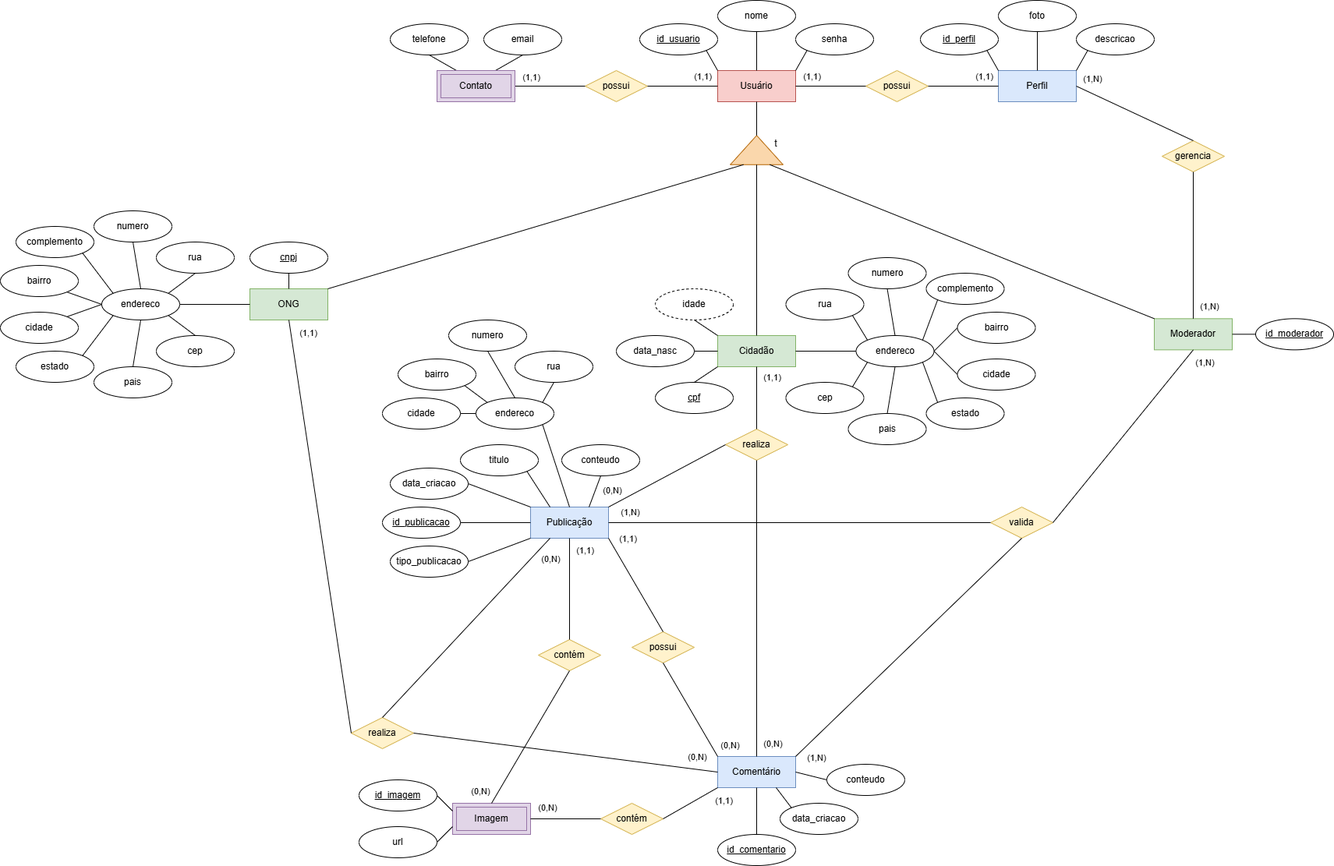
arthurpansera/PetMap keeps this draw.io diagram as DOCUMENTACAO/PetMap - Modelo Conceitual.drawio.png. Above is the earlier version. Source tidied: cells renumbered, new cells last; positions are measured from the earlier drawing's top-left corner, leaving out a move shared by most shapes.
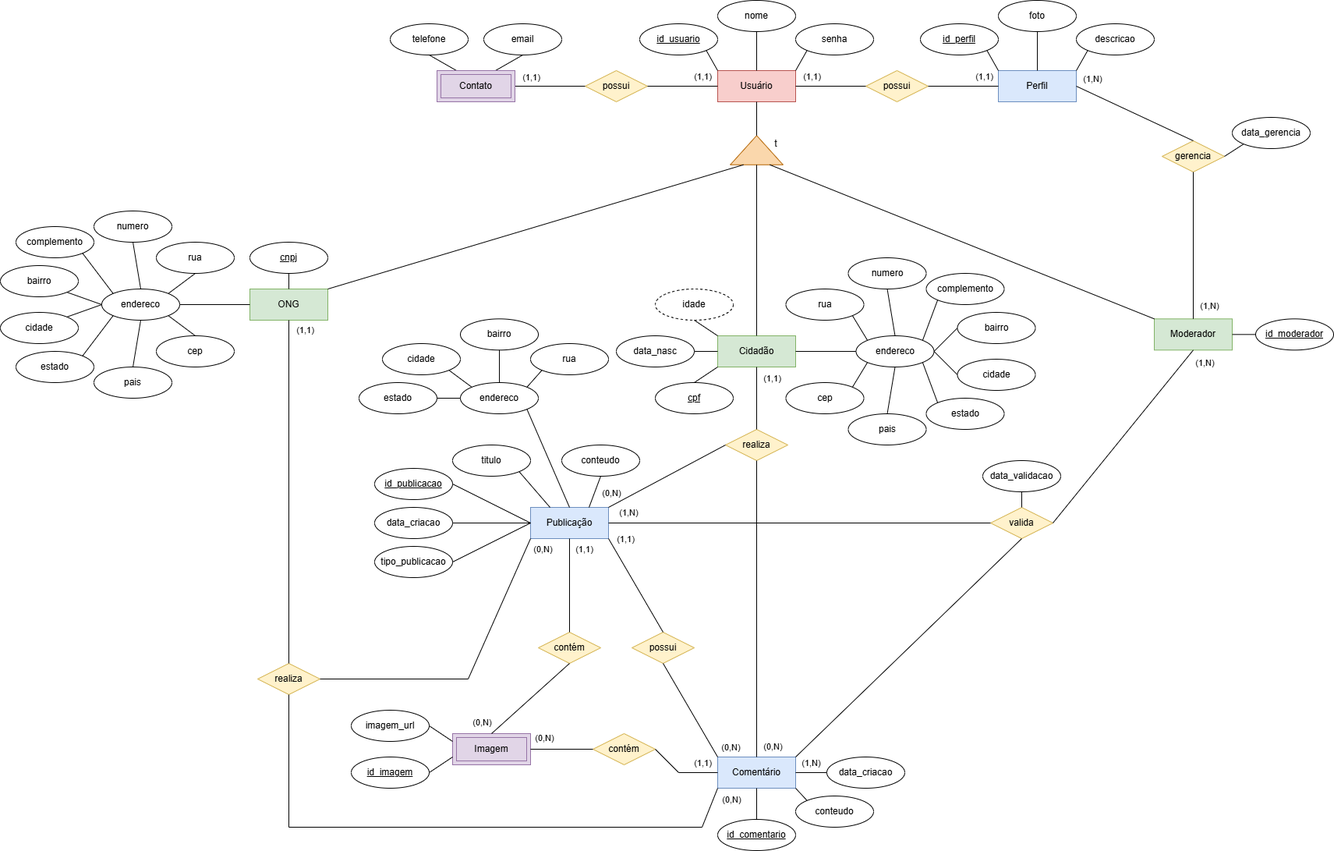
Later version of the same file.

What changed in the source:
```diff
@@ -203,3 +203,3 @@
       <mxGeometry x="-0.44" y="1" relative="1" as="geometry">
-        <mxPoint x="21" y="38" as="offset" />
+        <mxPoint x="21" y="37" as="offset" />
       </mxGeometry>
@@ -224,9 +224,9 @@
     <mxCell id="71" value="realiza" style="shape=rhombus;perimeter=rhombusPerimeter;whiteSpace=wrap;html=1;align=center;fillColor=#fff2cc;strokeColor=#d6b656;" parent="1" vertex="1">
-      <mxGeometry x="450" y="920" width="80" height="40" as="geometry" />
+      <mxGeometry x="330" y="850" width="80" height="40" as="geometry" />
     </mxCell>
     <mxCell id="72" value="id_publicacao" style="ellipse;whiteSpace=wrap;html=1;align=center;fontStyle=4;" parent="1" vertex="1">
-      <mxGeometry x="490" y="650" width="100" height="40" as="geometry" />
+      <mxGeometry x="480" y="600" width="100" height="40" as="geometry" />
     </mxCell>
     <mxCell id="73" value="titulo" style="ellipse;whiteSpace=wrap;html=1;align=center;" parent="1" vertex="1">
-      <mxGeometry x="590" y="570" width="100" height="40" as="geometry" />
+      <mxGeometry x="580" y="570" width="100" height="40" as="geometry" />
     </mxCell>
@@ -236,6 +236,6 @@
     <mxCell id="75" value="data_criacao" style="ellipse;whiteSpace=wrap;html=1;align=center;" parent="1" vertex="1">
-      <mxGeometry x="500" y="600" width="100" height="40" as="geometry" />
+      <mxGeometry x="480" y="650" width="100" height="40" as="geometry" />
     </mxCell>
     <mxCell id="76" value="tipo_publicacao" style="ellipse;whiteSpace=wrap;html=1;align=center;" parent="1" vertex="1">
-      <mxGeometry x="500" y="700" width="100" height="40" as="geometry" />
+      <mxGeometry x="480" y="700" width="100" height="40" as="geometry" />
     </mxCell>
@@ -305,23 +305,17 @@
     <mxCell id="98" value="Imagem" style="shape=ext;margin=3;double=1;whiteSpace=wrap;html=1;align=center;fillColor=#e1d5e7;strokeColor=#9673a6;" parent="1" vertex="1">
-      <mxGeometry x="580" y="1030" width="100" height="40" as="geometry" />
+      <mxGeometry x="580" y="940" width="100" height="40" as="geometry" />
     </mxCell>
     <mxCell id="99" value="conteudo" style="ellipse;whiteSpace=wrap;html=1;align=center;" parent="1" vertex="1">
-      <mxGeometry x="1060" y="980" width="100" height="40" as="geometry" />
+      <mxGeometry x="1020" y="1020" width="100" height="40" as="geometry" />
     </mxCell>
     <mxCell id="100" value="id_comentario" style="ellipse;whiteSpace=wrap;html=1;align=center;fontStyle=4;" parent="1" vertex="1">
-      <mxGeometry x="920" y="1070" width="100" height="40" as="geometry" />
+      <mxGeometry x="920" y="1050" width="100" height="40" as="geometry" />
     </mxCell>
-    <mxCell id="101" value="data_criacao" style="ellipse;whiteSpace=wrap;html=1;align=center;" parent="1" vertex="1">
-      <mxGeometry x="1000" y="1030" width="100" height="40" as="geometry" />
-    </mxCell>
     <mxCell id="102" value="id_imagem" style="ellipse;whiteSpace=wrap;html=1;align=center;fontStyle=4;" parent="1" vertex="1">
-      <mxGeometry x="460" y="1000" width="100" height="40" as="geometry" />
+      <mxGeometry x="450" y="970" width="100" height="40" as="geometry" />
     </mxCell>
-    <mxCell id="103" value="url" style="ellipse;whiteSpace=wrap;html=1;align=center;" parent="1" vertex="1">
-      <mxGeometry x="460" y="1060" width="100" height="40" as="geometry" />
+    <mxCell id="103" value="imagem_url" style="ellipse;whiteSpace=wrap;html=1;align=center;" parent="1" vertex="1">
+      <mxGeometry x="450" y="910" width="100" height="40" as="geometry" />
     </mxCell>
-    <mxCell id="104" style="endArrow=none;html=1;rounded=0;exitX=0;exitY=0;exitDx=0;exitDy=0;entryX=0.75;entryY=1;entryDx=0;entryDy=0;" parent="1" edge="1" source="101" target="97">
-      <mxGeometry relative="1" as="geometry" />
-    </mxCell>
-    <mxCell id="105" style="endArrow=none;html=1;rounded=0;exitX=0;exitY=0.5;exitDx=0;exitDy=0;entryX=0.5;entryY=1;entryDx=0;entryDy=0;" parent="1" edge="1" source="71" target="12">
+    <mxCell id="105" style="endArrow=none;html=1;rounded=0;exitX=0.5;exitY=0;exitDx=0;exitDy=0;entryX=0.5;entryY=1;entryDx=0;entryDy=0;" parent="1" edge="1" source="71" target="12">
       <mxGeometry relative="1" as="geometry" />
@@ -330,3 +324,3 @@
       <mxGeometry x="0.9" y="-2" relative="1" as="geometry">
-        <mxPoint x="18" y="-9" as="offset" />
+        <mxPoint x="18" y="-10" as="offset" />
       </mxGeometry>
@@ -338,3 +332,3 @@
       <mxGeometry x="0.72" y="1" relative="1" as="geometry">
-        <mxPoint x="20" y="1" as="offset" />
+        <mxPoint x="20" y="2" as="offset" />
       </mxGeometry>
@@ -346,3 +340,3 @@
       <mxGeometry x="-0.65" relative="1" as="geometry">
-        <mxPoint x="-22" y="-8" as="offset" />
+        <mxPoint x="-23" y="-5" as="offset" />
       </mxGeometry>
@@ -354,3 +348,3 @@
       <mxGeometry x="-0.93" y="-1" relative="1" as="geometry">
-        <mxPoint x="11" y="-15" as="offset" />
+        <mxPoint x="9" y="-15" as="offset" />
       </mxGeometry>
@@ -379,3 +373,3 @@
       <mxGeometry x="-0.95" y="2" relative="1" as="geometry">
-        <mxPoint x="20" y="9" as="offset" />
+        <mxPoint x="13" y="15" as="offset" />
       </mxGeometry>
@@ -393,3 +387,3 @@
       <mxGeometry x="0.74" y="2" relative="1" as="geometry">
-        <mxPoint x="16" y="-17" as="offset" />
+        <mxPoint x="13" y="-17" as="offset" />
       </mxGeometry>
@@ -401,7 +395,12 @@
       <mxGeometry x="-0.82" y="-2" relative="1" as="geometry">
-        <mxPoint x="19" y="-4" as="offset" />
+        <mxPoint x="20" y="-2" as="offset" />
       </mxGeometry>
     </mxCell>
-    <mxCell id="126" style="endArrow=none;html=1;rounded=0;entryX=1;entryY=0.5;entryDx=0;entryDy=0;exitX=0;exitY=0.5;exitDx=0;exitDy=0;" parent="1" edge="1" source="97" target="71">
-      <mxGeometry relative="1" as="geometry" />
+    <mxCell id="126" style="endArrow=none;html=1;rounded=0;entryX=0.5;entryY=1;entryDx=0;entryDy=0;exitX=0;exitY=1;exitDx=0;exitDy=0;" parent="1" edge="1" source="97" target="71">
+      <mxGeometry relative="1" as="geometry">
+        <Array as="points">
+          <mxPoint x="900" y="1060" />
+          <mxPoint x="370" y="1060" />
+        </Array>
+      </mxGeometry>
     </mxCell>
@@ -409,3 +408,3 @@
       <mxGeometry x="-0.85" y="1" relative="1" as="geometry">
-        <mxPoint x="1" y="-17" as="offset" />
+        <mxPoint x="37" y="-37" as="offset" />
       </mxGeometry>
@@ -417,7 +416,11 @@
       <mxGeometry x="-0.93" y="-1" relative="1" as="geometry">
-        <mxPoint x="19" y="-3" as="offset" />
+        <mxPoint x="19" as="offset" />
       </mxGeometry>
     </mxCell>
-    <mxCell id="130" style="endArrow=none;html=1;rounded=0;exitX=0.5;exitY=0;exitDx=0;exitDy=0;entryX=0.25;entryY=1;entryDx=0;entryDy=0;" parent="1" edge="1" source="71" target="69">
-      <mxGeometry relative="1" as="geometry" />
+    <mxCell id="130" style="endArrow=none;html=1;rounded=0;exitX=1;exitY=0.5;exitDx=0;exitDy=0;entryX=0;entryY=1;entryDx=0;entryDy=0;" parent="1" edge="1" source="71" target="69">
+      <mxGeometry relative="1" as="geometry">
+        <Array as="points">
+          <mxPoint x="600" y="870" />
+        </Array>
+      </mxGeometry>
     </mxCell>
@@ -425,3 +428,3 @@
       <mxGeometry x="0.73" y="3" relative="1" as="geometry">
-        <mxPoint x="31" y="-3" as="offset" />
+        <mxPoint x="39" y="-34" as="offset" />
       </mxGeometry>
@@ -437,30 +440,21 @@
     </mxCell>
-    <mxCell id="135" style="endArrow=none;html=1;rounded=0;entryX=1;entryY=0.5;entryDx=0;entryDy=0;exitX=0;exitY=0.25;exitDx=0;exitDy=0;" parent="1" edge="1" source="98" target="102">
-      <mxGeometry relative="1" as="geometry" />
-    </mxCell>
     <mxCell id="136" value="endereco" style="ellipse;whiteSpace=wrap;html=1;align=center;" parent="1" vertex="1">
-      <mxGeometry x="610" y="510" width="100" height="40" as="geometry" />
+      <mxGeometry x="590" y="490" width="100" height="40" as="geometry" />
     </mxCell>
     <mxCell id="137" value="bairro" style="ellipse;whiteSpace=wrap;html=1;align=center;" parent="1" vertex="1">
-      <mxGeometry x="510" y="460" width="100" height="40" as="geometry" />
+      <mxGeometry x="590" y="408.3" width="100" height="40" as="geometry" />
     </mxCell>
-    <mxCell id="138" value="numero" style="ellipse;whiteSpace=wrap;html=1;align=center;" parent="1" vertex="1">
-      <mxGeometry x="575" y="410" width="100" height="40" as="geometry" />
-    </mxCell>
     <mxCell id="139" value="rua" style="ellipse;whiteSpace=wrap;html=1;align=center;" parent="1" vertex="1">
-      <mxGeometry x="660" y="450" width="100" height="40" as="geometry" />
+      <mxGeometry x="680" y="440" width="100" height="40" as="geometry" />
     </mxCell>
     <mxCell id="140" value="cidade" style="ellipse;whiteSpace=wrap;html=1;align=center;" parent="1" vertex="1">
-      <mxGeometry x="490" y="510" width="100" height="40" as="geometry" />
+      <mxGeometry x="490" y="440" width="100" height="40" as="geometry" />
     </mxCell>
-    <mxCell id="141" style="endArrow=none;html=1;rounded=0;exitX=0.5;exitY=1;exitDx=0;exitDy=0;entryX=1;entryY=0;entryDx=0;entryDy=0;" parent="1" edge="1" source="139" target="136">
+    <mxCell id="141" style="endArrow=none;html=1;rounded=0;exitX=0;exitY=1;exitDx=0;exitDy=0;entryX=1;entryY=0;entryDx=0;entryDy=0;" parent="1" edge="1" source="139" target="136">
       <mxGeometry relative="1" as="geometry" />
     </mxCell>
-    <mxCell id="142" style="endArrow=none;html=1;rounded=0;exitX=0.5;exitY=1;exitDx=0;exitDy=0;entryX=0.5;entryY=0;entryDx=0;entryDy=0;" parent="1" edge="1" source="138" target="136">
-      <mxGeometry relative="1" as="geometry" />
-    </mxCell>
-    <mxCell id="143" style="endArrow=none;html=1;rounded=0;exitX=0;exitY=0;exitDx=0;exitDy=0;entryX=1;entryY=1;entryDx=0;entryDy=0;" parent="1" edge="1" source="136" target="137">
+    <mxCell id="143" style="endArrow=none;html=1;rounded=0;exitX=0.5;exitY=0;exitDx=0;exitDy=0;entryX=0.5;entryY=1;entryDx=0;entryDy=0;" parent="1" edge="1" source="136" target="137">
       <mxGeometry relative="1" as="geometry" />
     </mxCell>
-    <mxCell id="144" style="endArrow=none;html=1;rounded=0;exitX=0;exitY=0.5;exitDx=0;exitDy=0;entryX=1;entryY=0.5;entryDx=0;entryDy=0;" parent="1" edge="1" source="136" target="140">
+    <mxCell id="144" style="endArrow=none;html=1;rounded=0;exitX=0;exitY=0;exitDx=0;exitDy=0;entryX=1;entryY=1;entryDx=0;entryDy=0;" parent="1" edge="1" source="136" target="140">
       <mxGeometry relative="1" as="geometry" />
@@ -470,13 +464,7 @@
     </mxCell>
-    <mxCell id="146" style="endArrow=none;html=1;rounded=0;entryX=1;entryY=0.5;entryDx=0;entryDy=0;exitX=0;exitY=0.75;exitDx=0;exitDy=0;" parent="1" edge="1" source="98" target="103">
-      <mxGeometry relative="1" as="geometry" />
-    </mxCell>
-    <mxCell id="147" style="endArrow=none;html=1;rounded=0;entryX=1;entryY=0.5;entryDx=0;entryDy=0;exitX=0;exitY=0.5;exitDx=0;exitDy=0;" parent="1" edge="1" source="99" target="97">
+    <mxCell id="147" style="endArrow=none;html=1;rounded=0;entryX=1;entryY=1;entryDx=0;entryDy=0;exitX=0;exitY=0;exitDx=0;exitDy=0;" parent="1" edge="1" source="99" target="97">
       <mxGeometry relative="1" as="geometry" />
     </mxCell>
-    <mxCell id="148" style="endArrow=none;html=1;rounded=0;entryX=1;entryY=0.5;entryDx=0;entryDy=0;exitX=0;exitY=0;exitDx=0;exitDy=0;" parent="1" edge="1" source="69" target="75">
-      <mxGeometry relative="1" as="geometry" />
-    </mxCell>
     <mxCell id="149" value="contém" style="shape=rhombus;perimeter=rhombusPerimeter;whiteSpace=wrap;html=1;align=center;fillColor=#fff2cc;strokeColor=#d6b656;" parent="1" vertex="1">
-      <mxGeometry x="690" y="820" width="80" height="40" as="geometry" />
+      <mxGeometry x="690" y="810" width="80" height="40" as="geometry" />
     </mxCell>
@@ -487,3 +475,3 @@
       <mxGeometry x="0.77" y="-1" relative="1" as="geometry">
-        <mxPoint x="18" y="-1" as="offset" />
+        <mxPoint x="17" y="-1" as="offset" />
       </mxGeometry>
@@ -495,3 +483,3 @@
       <mxGeometry x="-0.82" relative="1" as="geometry">
-        <mxPoint x="-24" as="offset" />
+        <mxPoint x="-22" y="-7" as="offset" />
       </mxGeometry>
@@ -499,3 +487,3 @@
     <mxCell id="154" value="contém" style="shape=rhombus;perimeter=rhombusPerimeter;whiteSpace=wrap;html=1;align=center;fillColor=#fff2cc;strokeColor=#d6b656;" parent="1" vertex="1">
-      <mxGeometry x="770" y="1030" width="80" height="40" as="geometry" />
+      <mxGeometry x="760" y="940" width="80" height="40" as="geometry" />
     </mxCell>
@@ -506,3 +494,3 @@
       <mxGeometry x="-0.1" y="-1" relative="1" as="geometry">
-        <mxPoint x="207" y="-25" as="offset" />
+        <mxPoint x="184" y="16" as="offset" />
       </mxGeometry>
@@ -514,8 +502,47 @@
     </mxCell>
-    <mxCell id="158" style="endArrow=none;html=1;rounded=0;entryX=0;entryY=1;entryDx=0;entryDy=0;exitX=1;exitY=0.5;exitDx=0;exitDy=0;" parent="1" edge="1" source="154" target="97">
-      <mxGeometry relative="1" as="geometry" />
+    <mxCell id="158" style="endArrow=none;html=1;rounded=0;entryX=0;entryY=0.5;entryDx=0;entryDy=0;exitX=1;exitY=0.5;exitDx=0;exitDy=0;" parent="1" edge="1" source="154" target="97">
+      <mxGeometry relative="1" as="geometry">
+        <Array as="points">
+          <mxPoint x="870" y="990" />
+        </Array>
+      </mxGeometry>
     </mxCell>
-    <mxCell id="159" style="endArrow=none;html=1;rounded=0;exitX=1;exitY=0.5;exitDx=0;exitDy=0;entryX=0;entryY=1;entryDx=0;entryDy=0;" parent="1" edge="1" source="76" target="69">
-      <mxGeometry relative="1" as="geometry" />
+    <mxCell id="159" style="endArrow=none;html=1;rounded=0;exitX=1;exitY=0.5;exitDx=0;exitDy=0;" parent="1" edge="1" source="76">
+      <mxGeometry relative="1" as="geometry">
+        <mxPoint x="680" y="670" as="targetPoint" />
+      </mxGeometry>
     </mxCell>
+    <mxCell id="160" style="endArrow=none;html=1;rounded=0;exitX=1;exitY=0.5;exitDx=0;exitDy=0;entryX=0;entryY=0.25;entryDx=0;entryDy=0;" parent="1" edge="1" source="103" target="98">
+      <mxGeometry relative="1" as="geometry" />
+    </mxCell>
+    <mxCell id="161" style="endArrow=none;html=1;rounded=0;exitX=1;exitY=0.5;exitDx=0;exitDy=0;entryX=0;entryY=0.75;entryDx=0;entryDy=0;" parent="1" edge="1" source="102" target="98">
+      <mxGeometry relative="1" as="geometry" />
+    </mxCell>
+    <mxCell id="101" value="data_criacao" style="ellipse;whiteSpace=wrap;html=1;align=center;" parent="1" vertex="1">
+      <mxGeometry x="1060" y="970" width="100" height="40" as="geometry" />
+    </mxCell>
+    <mxCell id="162" value="estado" style="ellipse;whiteSpace=wrap;html=1;align=center;" parent="1" vertex="1">
+      <mxGeometry x="460" y="490" width="100" height="40" as="geometry" />
+    </mxCell>
+    <mxCell id="163" style="endArrow=none;html=1;rounded=0;exitX=1;exitY=0.5;exitDx=0;exitDy=0;entryX=0;entryY=0.5;entryDx=0;entryDy=0;" parent="1" edge="1" source="162" target="136">
+      <mxGeometry relative="1" as="geometry" />
+    </mxCell>
+    <mxCell id="164" style="endArrow=none;html=1;rounded=0;exitX=1;exitY=0.5;exitDx=0;exitDy=0;entryX=0;entryY=0.5;entryDx=0;entryDy=0;" parent="1" edge="1" source="97" target="101">
+      <mxGeometry relative="1" as="geometry" />
+    </mxCell>
+    <mxCell id="165" style="endArrow=none;html=1;rounded=0;exitX=1;exitY=0.5;exitDx=0;exitDy=0;entryX=0;entryY=0.5;entryDx=0;entryDy=0;" parent="1" edge="1" source="75" target="69">
+      <mxGeometry relative="1" as="geometry" />
+    </mxCell>
+    <mxCell id="166" value="data_gerencia" style="ellipse;whiteSpace=wrap;html=1;align=center;" parent="1" vertex="1">
+      <mxGeometry x="1580" y="150" width="100" height="40" as="geometry" />
+    </mxCell>
+    <mxCell id="167" style="endArrow=none;html=1;rounded=0;exitX=1;exitY=0.5;exitDx=0;exitDy=0;entryX=0;entryY=1;entryDx=0;entryDy=0;" parent="1" edge="1" source="63" target="166">
+      <mxGeometry relative="1" as="geometry" />
+    </mxCell>
+    <mxCell id="168" value="data_validacao" style="ellipse;whiteSpace=wrap;html=1;align=center;" parent="1" vertex="1">
+      <mxGeometry x="1260" y="590" width="100" height="40" as="geometry" />
+    </mxCell>
+    <mxCell id="169" style="endArrow=none;html=1;rounded=0;exitX=0.5;exitY=0;exitDx=0;exitDy=0;entryX=0.5;entryY=1;entryDx=0;entryDy=0;" parent="1" edge="1" source="68" target="168">
+      <mxGeometry relative="1" as="geometry" />
+    </mxCell>
   </root>
```
